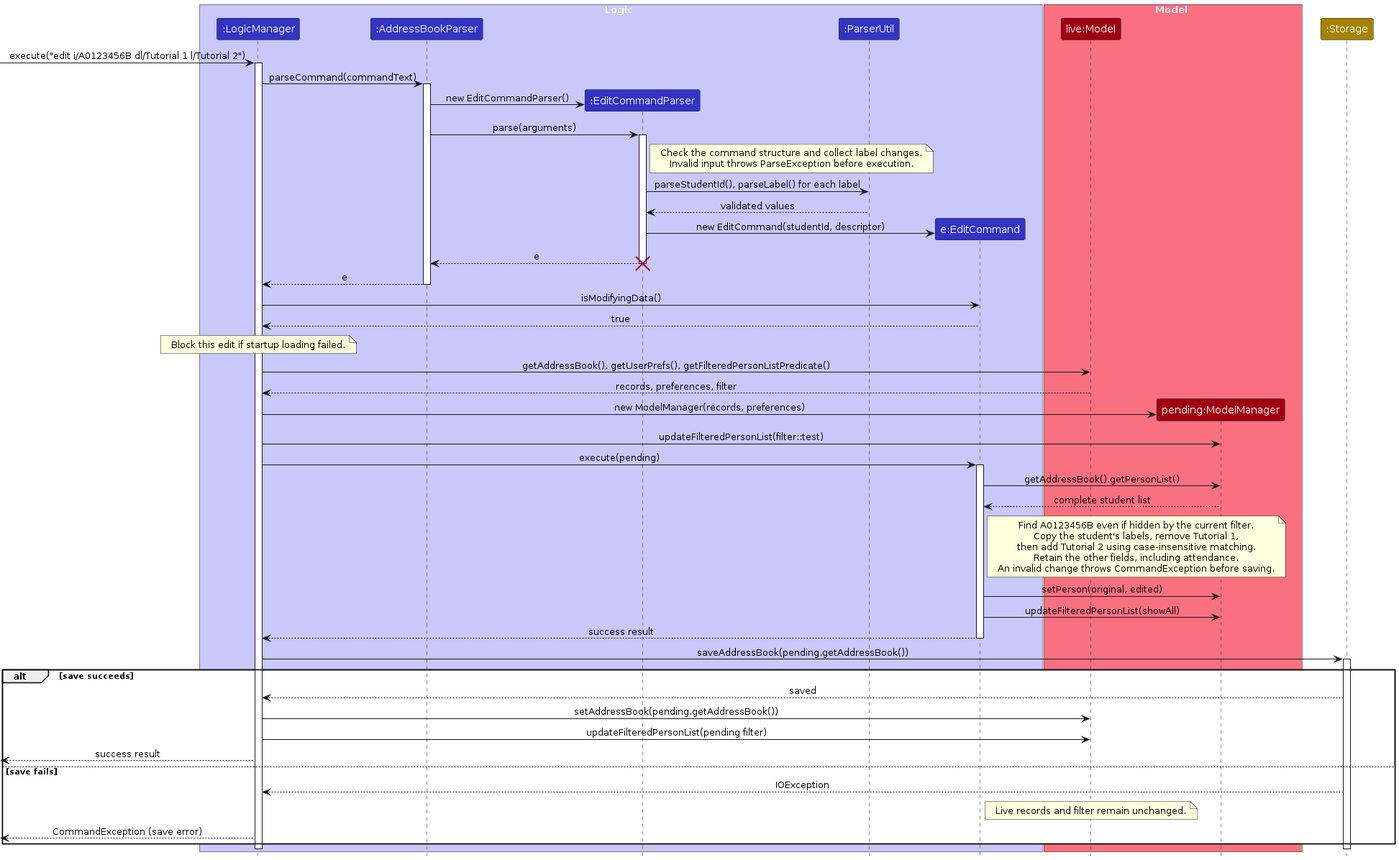
AY2627S1-CS2103T-F12-1/tp keeps this PlantUML diagram as diagrams/EditLabelSequenceDiagram.png. Above is the earlier version. Its source is kept beside it as diagrams/EditLabelSequenceDiagram.puml. The source it was exported from:
```plantuml
@startuml
!include style.puml
skinparam ArrowFontStyle plain

box Logic LOGIC_COLOR_T1
participant ":LogicManager" as Logic LOGIC_COLOR
participant ":AddressBookParser" as Parser LOGIC_COLOR
participant ":EditCommandParser" as EditParser LOGIC_COLOR
participant ":ParserUtil" as ParserUtil LOGIC_COLOR
participant "e:EditCommand" as Command LOGIC_COLOR
end box
box Model MODEL_COLOR_T1
participant "live:Model" as Live MODEL_COLOR
participant "pending:ModelManager" as Pending MODEL_COLOR
end box
participant ":Storage" as Storage STORAGE_COLOR

[-> Logic : execute("edit i/A0123456B dl/Tutorial 1 l/Tutorial 2")
activate Logic
Logic -> Parser : parseCommand(commandText)
activate Parser
create EditParser
Parser -> EditParser : new EditCommandParser()
Parser -> EditParser : parse(arguments)
activate EditParser
note right of EditParser
Check the command structure and collect label changes.
Invalid input throws ParseException before execution.
end note
EditParser -> ParserUtil : parseStudentId(), parseLabel() for each label
ParserUtil --> EditParser : validated values
create Command
EditParser -> Command : new EditCommand(studentId, descriptor)
EditParser --> Parser : e
deactivate EditParser
destroy EditParser
Parser --> Logic : e
deactivate Parser

Logic -> Command : isModifyingData()
Command --> Logic : true
note over Logic
Block this edit if startup loading failed.
end note
Logic -> Live : getAddressBook(), getUserPrefs(), getFilteredPersonListPredicate()
Live --> Logic : records, preferences, filter
create Pending
Logic -> Pending : new ModelManager(records, preferences)
Logic -> Pending : updateFilteredPersonList(filter::test)
Logic -> Command : execute(pending)
activate Command
Command -> Pending : getAddressBook().getPersonList()
Pending --> Command : complete student list
note right of Command
Find A0123456B even if hidden by the current filter.
Copy the student's labels, remove Tutorial 1,
then add Tutorial 2 using case-insensitive matching.
Retain the other fields, including attendance.
An invalid change throws CommandException before saving.
end note
Command -> Pending : setPerson(original, edited)
Command -> Pending : updateFilteredPersonList(showAll)
Command --> Logic : success result
deactivate Command

Logic -> Storage : saveAddressBook(pending.getAddressBook())
activate Storage
alt save succeeds
Storage --> Logic : saved
Logic -> Live : setAddressBook(pending.getAddressBook())
Logic -> Live : updateFilteredPersonList(pending filter)
[<-- Logic : success result
else save fails
Storage --> Logic : IOException
note over Live
Live records and filter remain unchanged.
end note
[<-- Logic : CommandException (save error)
end
deactivate Storage
deactivate Logic
@enduml
```
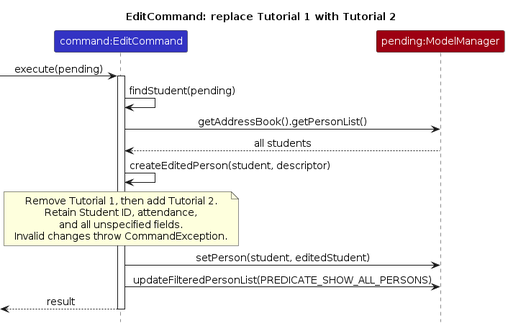
Later version of the same file.

What changed in the source:
```diff
@@ -2,81 +2,23 @@
 !include style.puml
 skinparam ArrowFontStyle plain
 
-box Logic LOGIC_COLOR_T1
-participant ":LogicManager" as Logic LOGIC_COLOR
-participant ":AddressBookParser" as Parser LOGIC_COLOR
-participant ":EditCommandParser" as EditParser LOGIC_COLOR
-participant ":ParserUtil" as ParserUtil LOGIC_COLOR
-participant "e:EditCommand" as Command LOGIC_COLOR
-end box
-box Model MODEL_COLOR_T1
-participant "live:Model" as Live MODEL_COLOR
-participant "pending:ModelManager" as Pending MODEL_COLOR
-end box
-participant ":Storage" as Storage STORAGE_COLOR
-
-[-> Logic : execute("edit i/A0123456B dl/Tutorial 1 l/Tutorial 2")
-activate Logic
-Logic -> Parser : parseCommand(commandText)
-activate Parser
-create EditParser
-Parser -> EditParser : new EditCommandParser()
-Parser -> EditParser : parse(arguments)
-activate EditParser
-note right of EditParser
-Check the command structure and collect label changes.
-Invalid input throws ParseException before execution.
+title EditCommand: replace Tutorial 1 with Tutorial 2
+participant "command:EditCommand" as Command LOGIC_COLOR
+participant "pending:ModelManager" as Model MODEL_COLOR
+[-> Command : execute(pending)
+activate Command
+Command -> Command : findStudent(pending)
+Command -> Model : getAddressBook().getPersonList()
+Model --> Command : all students
+Command -> Command : createEditedPerson(student, descriptor)
+note over Command
+Remove Tutorial 1, then add Tutorial 2.
+Retain Student ID, attendance,
+and all unspecified fields.
+Invalid changes throw CommandException.
 end note
-EditParser -> ParserUtil : parseStudentId(), parseLabel() for each label
-ParserUtil --> EditParser : validated values
-create Command
-EditParser -> Command : new EditCommand(studentId, descriptor)
-EditParser --> Parser : e
-deactivate EditParser
-destroy EditParser
-Parser --> Logic : e
-deactivate Parser
-
-Logic -> Command : isModifyingData()
-Command --> Logic : true
-note over Logic
-Block this edit if startup loading failed.
-end note
-Logic -> Live : getAddressBook(), getUserPrefs(), getFilteredPersonListPredicate()
-Live --> Logic : records, preferences, filter
-create Pending
-Logic -> Pending : new ModelManager(records, preferences)
-Logic -> Pending : updateFilteredPersonList(filter::test)
-Logic -> Command : execute(pending)
-activate Command
-Command -> Pending : getAddressBook().getPersonList()
-Pending --> Command : complete student list
-note right of Command
-Find A0123456B even if hidden by the current filter.
-Copy the student's labels, remove Tutorial 1,
-then add Tutorial 2 using case-insensitive matching.
-Retain the other fields, including attendance.
-An invalid change throws CommandException before saving.
-end note
-Command -> Pending : setPerson(original, edited)
-Command -> Pending : updateFilteredPersonList(showAll)
-Command --> Logic : success result
+Command -> Model : setPerson(student, editedStudent)
+Command -> Model : updateFilteredPersonList(PREDICATE_SHOW_ALL_PERSONS)
+[<-- Command : result
 deactivate Command
-
-Logic -> Storage : saveAddressBook(pending.getAddressBook())
-activate Storage
-alt save succeeds
-Storage --> Logic : saved
-Logic -> Live : setAddressBook(pending.getAddressBook())
-Logic -> Live : updateFilteredPersonList(pending filter)
-[<-- Logic : success result
-else save fails
-Storage --> Logic : IOException
-note over Live
-Live records and filter remain unchanged.
-end note
-[<-- Logic : CommandException (save error)
-end
-deactivate Storage
-deactivate Logic
 @enduml
```
